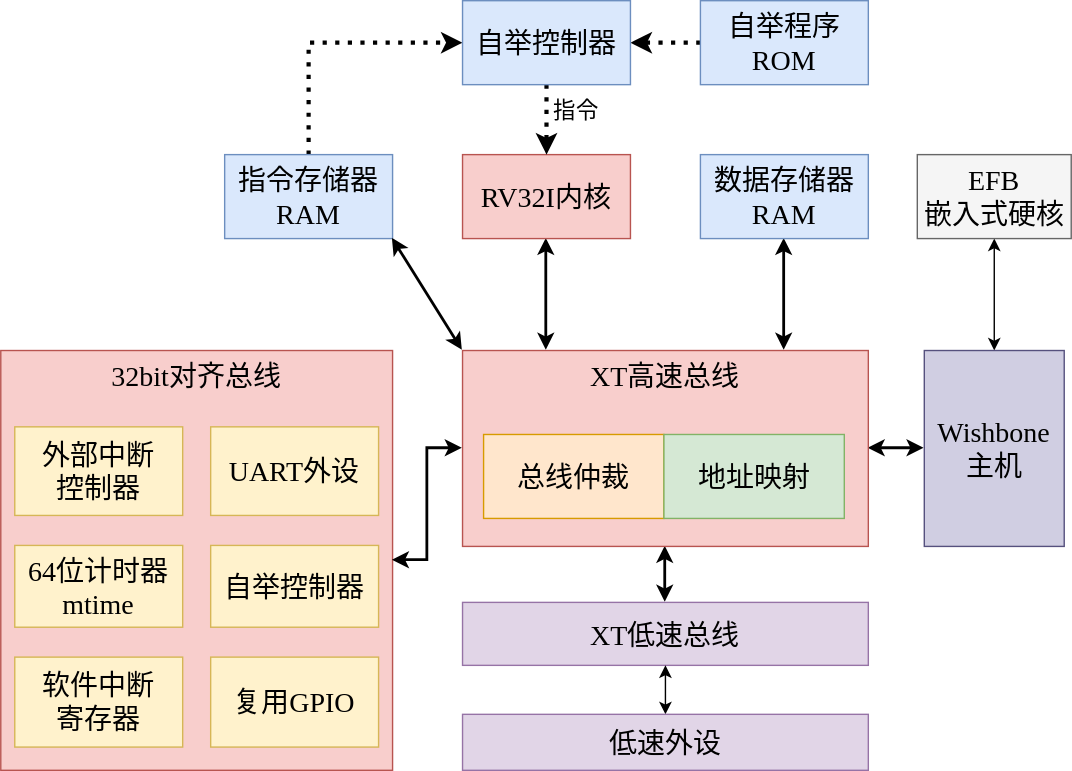
Above: assets/架构图.svg in XuanTongYao/XT_RISC-V_Soc (draw.io), before the change. Source tidied: cells renumbered, new cells last; positions are measured from the earlier drawing's top-left corner, leaving out a move shared by most shapes.
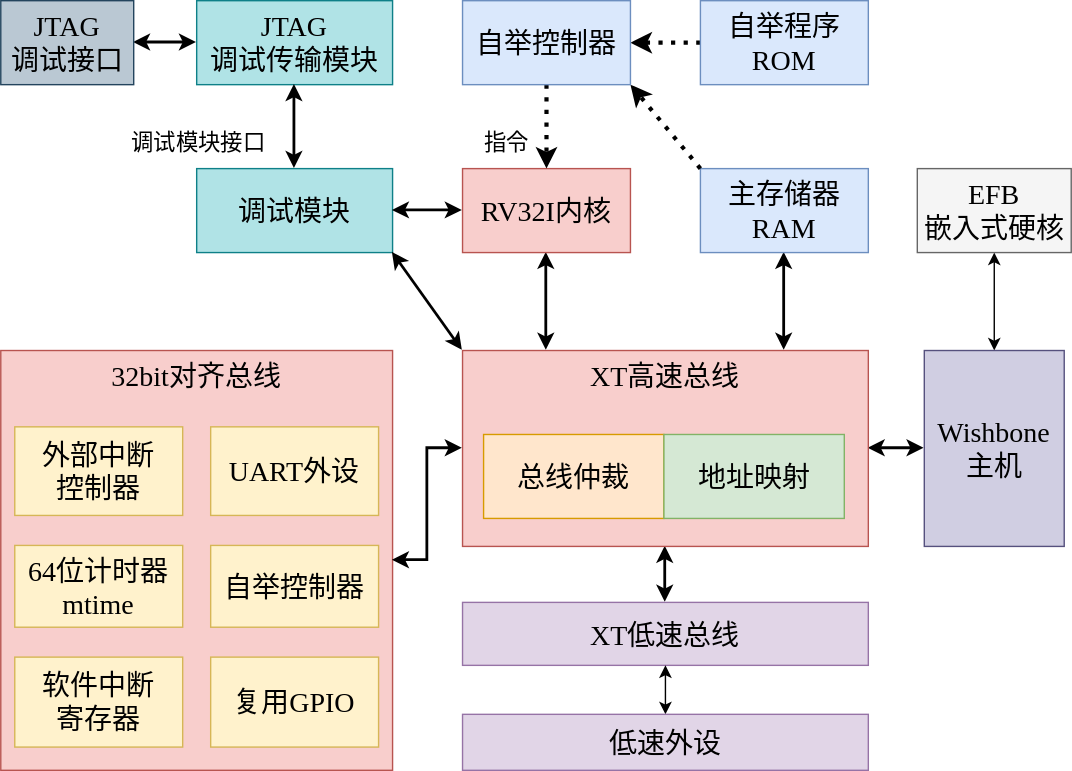
Above is the later version.

Change to the diagram source:
```diff
@@ -11,7 +11,7 @@
       </mxGeometry>
     </mxCell>
     <mxCell id="3" value="RV32I内核" style="rounded=0;whiteSpace=wrap;html=1;fillColor=#f8cecc;strokeColor=#b85450;fontFamily=等宽正黑;fontSize=20;fontColor=default;" parent="1" vertex="1">
-      <mxGeometry x="330" y="110" width="120" height="60" as="geometry" />
+      <mxGeometry x="330" y="120" width="120" height="60" as="geometry" />
     </mxCell>
     <mxCell id="4" style="edgeStyle=orthogonalEdgeStyle;rounded=0;jettySize=auto;html=1;strokeColor=default;strokeWidth=2;align=center;verticalAlign=middle;fontFamily=Helvetica;fontSize=11;fontColor=default;labelBackgroundColor=default;startArrow=classic;startFill=1;endArrow=classic;" parent="1" edge="1" source="5" target="31">
       <mxGeometry relative="1" as="geometry">
@@ -21,8 +21,8 @@
         </Array>
       </mxGeometry>
     </mxCell>
-    <mxCell id="5" value="数据存储器&lt;div&gt;RAM&lt;/div&gt;" style="rounded=0;whiteSpace=wrap;html=1;fillColor=#dae8fc;strokeColor=#6c8ebf;fontFamily=等宽正黑;fontSize=20;fontColor=default;" parent="1" vertex="1">
-      <mxGeometry x="500" y="110" width="120" height="60" as="geometry" />
+    <mxCell id="5" value="主存储器&lt;div&gt;RAM&lt;/div&gt;" style="rounded=0;whiteSpace=wrap;html=1;fillColor=#dae8fc;strokeColor=#6c8ebf;fontFamily=等宽正黑;fontSize=20;fontColor=default;" parent="1" vertex="1">
+      <mxGeometry x="500" y="120" width="120" height="60" as="geometry" />
     </mxCell>
     <mxCell id="6" style="edgeStyle=orthogonalEdgeStyle;rounded=0;jettySize=auto;html=1;dashed=1;dashPattern=1 2;strokeWidth=3;entryX=1;entryY=0.5;entryDx=0;entryDy=0;fontColor=default;" parent="1" edge="1" source="7" target="12">
       <mxGeometry relative="1" as="geometry" />
@@ -30,18 +30,15 @@
     <mxCell id="7" value="自举程序&lt;div&gt;ROM&lt;/div&gt;" style="rounded=0;whiteSpace=wrap;html=1;fillColor=#dae8fc;strokeColor=#6c8ebf;fontFamily=等宽正黑;fontSize=20;fontColor=default;" parent="1" vertex="1">
       <mxGeometry x="500" width="120" height="60" as="geometry" />
     </mxCell>
-    <mxCell id="8" style="edgeStyle=orthogonalEdgeStyle;rounded=0;jettySize=auto;html=1;dashed=1;strokeWidth=3;dashPattern=1 2;exitX=0.5;exitY=0;exitDx=0;exitDy=0;entryX=0;entryY=0.5;entryDx=0;entryDy=0;fontColor=default;" parent="1" edge="1" source="9" target="12">
+    <mxCell id="8" style="rounded=0;jettySize=auto;html=1;dashed=1;strokeWidth=3;dashPattern=1 2;exitX=0;exitY=0;exitDx=0;exitDy=0;entryX=1;entryY=1;entryDx=0;entryDy=0;fontColor=default;" parent="1" edge="1" source="5" target="12">
       <mxGeometry relative="1" as="geometry" />
     </mxCell>
-    <mxCell id="9" value="指令存储器&lt;div&gt;RAM&lt;/div&gt;" style="rounded=0;whiteSpace=wrap;html=1;fillColor=#dae8fc;strokeColor=#6c8ebf;fontFamily=等宽正黑;fontSize=20;fontColor=default;" parent="1" vertex="1">
-      <mxGeometry x="160" y="110" width="120" height="60" as="geometry" />
-    </mxCell>
     <mxCell id="10" style="edgeStyle=orthogonalEdgeStyle;rounded=0;jettySize=auto;html=1;dashed=1;dashPattern=1 2;strokeColor=default;strokeWidth=3;align=center;verticalAlign=middle;fontFamily=Helvetica;fontSize=11;fontColor=default;labelBackgroundColor=default;endArrow=classic;" parent="1" edge="1" source="12" target="3">
       <mxGeometry relative="1" as="geometry" />
     </mxCell>
     <mxCell id="11" value="指令" style="edgeLabel;align=center;verticalAlign=middle;fontFamily=等宽正黑;fontSize=16;labelBackgroundColor=none;html=1;fontColor=default;" parent="10" vertex="1">
       <mxGeometry x="-0.28" y="1" relative="1" as="geometry">
-        <mxPoint x="19" as="offset" />
+        <mxPoint x="-31" y="18" as="offset" />
       </mxGeometry>
     </mxCell>
     <mxCell id="12" value="自举控制器" style="rounded=0;whiteSpace=wrap;html=1;fillColor=#dae8fc;strokeColor=#6c8ebf;fontFamily=等宽正黑;fontSize=20;fontColor=default;" parent="1" vertex="1">
@@ -84,7 +81,7 @@
       <mxGeometry x="660" y="250" width="100" height="140" as="geometry" />
     </mxCell>
     <mxCell id="25" value="EFB&lt;div&gt;嵌入式硬核&lt;/div&gt;" style="rounded=0;whiteSpace=wrap;html=1;fontFamily=等宽正黑;fontSize=20;fillColor=#f5f5f5;strokeColor=#666666;fontColor=default;" parent="1" vertex="1">
-      <mxGeometry x="655" y="110" width="110" height="60" as="geometry" />
+      <mxGeometry x="655" y="120" width="110" height="60" as="geometry" />
     </mxCell>
     <mxCell id="26" style="edgeStyle=orthogonalEdgeStyle;rounded=0;jettySize=auto;html=1;strokeColor=default;strokeWidth=2;align=center;verticalAlign=middle;fontFamily=Helvetica;fontSize=11;fontColor=default;labelBackgroundColor=default;startArrow=classic;startFill=1;endArrow=classic;" parent="1" edge="1" source="27" target="31">
       <mxGeometry relative="1" as="geometry" />
@@ -110,8 +107,31 @@
     <mxCell id="33" value="地址映射" style="rounded=0;whiteSpace=wrap;html=1;fillColor=#d5e8d4;strokeColor=#82b366;fontFamily=等宽正黑;fontSize=20;fontColor=default;" parent="30" vertex="1">
       <mxGeometry x="143.9" y="60" width="128.9" height="60" as="geometry" />
     </mxCell>
-    <mxCell id="34" style="rounded=0;jettySize=auto;html=1;exitX=0;exitY=0;exitDx=0;exitDy=0;entryX=1;entryY=1;entryDx=0;entryDy=0;strokeWidth=2;startArrow=classic;startFill=1;fontColor=default;" parent="1" edge="1" source="31" target="9">
-      <mxGeometry relative="1" as="geometry" />
-    </mxCell>
+    <mxCell id="35" value="JTAG&lt;div&gt;调试传输模块&lt;/div&gt;" style="rounded=0;whiteSpace=wrap;html=1;fillColor=#b0e3e6;strokeColor=#0e8088;fontFamily=等宽正黑;fontSize=20;" parent="1" vertex="1">
+      <mxGeometry x="140" width="140" height="60" as="geometry" />
+    </mxCell>
+    <mxCell id="36" value="调试模块" style="rounded=0;whiteSpace=wrap;html=1;fillColor=#b0e3e6;strokeColor=#0e8088;fontFamily=等宽正黑;fontSize=20;" parent="1" vertex="1">
+      <mxGeometry x="140" y="120" width="140" height="60" as="geometry" />
+    </mxCell>
+    <mxCell id="37" style="rounded=0;jettySize=auto;html=1;strokeWidth=2;startArrow=classic;startFill=1;strokeColor=default;align=center;verticalAlign=middle;fontFamily=Helvetica;fontSize=11;fontColor=default;labelBackgroundColor=default;endArrow=classic;entryX=0.5;entryY=0;entryDx=0;entryDy=0;edgeStyle=orthogonalEdgeStyle;" parent="1" edge="1" source="35" target="36">
+      <mxGeometry relative="1" as="geometry" />
+    </mxCell>
+    <mxCell id="38" value="调试模块接口" style="edgeLabel;html=1;align=center;verticalAlign=middle;fontFamily=等宽正黑;fontSize=16;fontColor=default;fontStyle=0;labelBackgroundColor=none;" parent="37" vertex="1">
+      <mxGeometry x="-0.17" y="-4" relative="1" as="geometry">
+        <mxPoint x="-66" y="15" as="offset" />
+      </mxGeometry>
+    </mxCell>
+    <mxCell id="39" style="rounded=0;jettySize=auto;html=1;strokeWidth=2;startArrow=classic;startFill=1;strokeColor=default;align=center;verticalAlign=middle;fontFamily=Helvetica;fontSize=11;fontColor=default;labelBackgroundColor=default;endArrow=classic;exitX=1;exitY=1;exitDx=0;exitDy=0;entryX=0;entryY=0;entryDx=0;entryDy=0;" parent="1" edge="1" source="36" target="31">
+      <mxGeometry relative="1" as="geometry" />
+    </mxCell>
+    <mxCell id="40" style="rounded=0;jettySize=auto;html=1;strokeWidth=2;startArrow=classic;startFill=1;strokeColor=default;align=center;verticalAlign=middle;fontFamily=Helvetica;fontSize=11;fontColor=default;labelBackgroundColor=default;endArrow=classic;exitX=1;exitY=0.5;exitDx=0;exitDy=0;entryX=0;entryY=0.5;entryDx=0;entryDy=0;" parent="1" edge="1" source="36" target="3">
+      <mxGeometry relative="1" as="geometry" />
+    </mxCell>
+    <mxCell id="41" style="edgeStyle=orthogonalEdgeStyle;rounded=0;jettySize=auto;html=1;strokeWidth=2;startArrow=classic;startFill=1;" parent="1" edge="1" source="42" target="35">
+      <mxGeometry relative="1" as="geometry" />
+    </mxCell>
+    <mxCell id="42" value="JTAG&lt;div&gt;调试接口&lt;/div&gt;" style="rounded=0;whiteSpace=wrap;html=1;fillColor=#bac8d3;strokeColor=#23445d;fontFamily=等宽正黑;fontSize=20;" parent="1" vertex="1">
+      <mxGeometry width="95" height="60" as="geometry" />
+    </mxCell>
   </root>
 </mxGraphModel>
```
